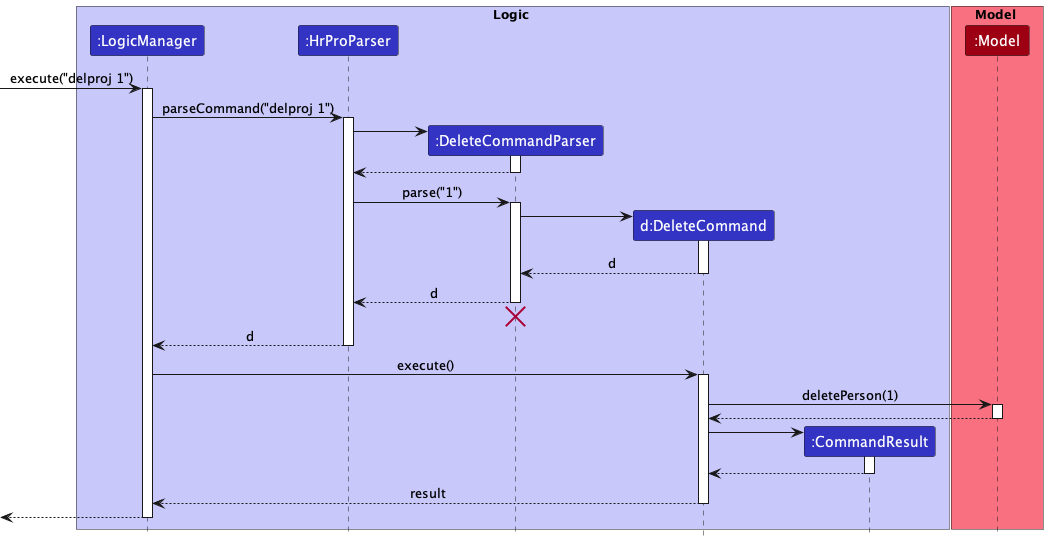
This is docs/images/DeleteSequenceDiagram.png from nus-cs2103-AY2223S1/tp, a PlantUML export, as it was before one commit.
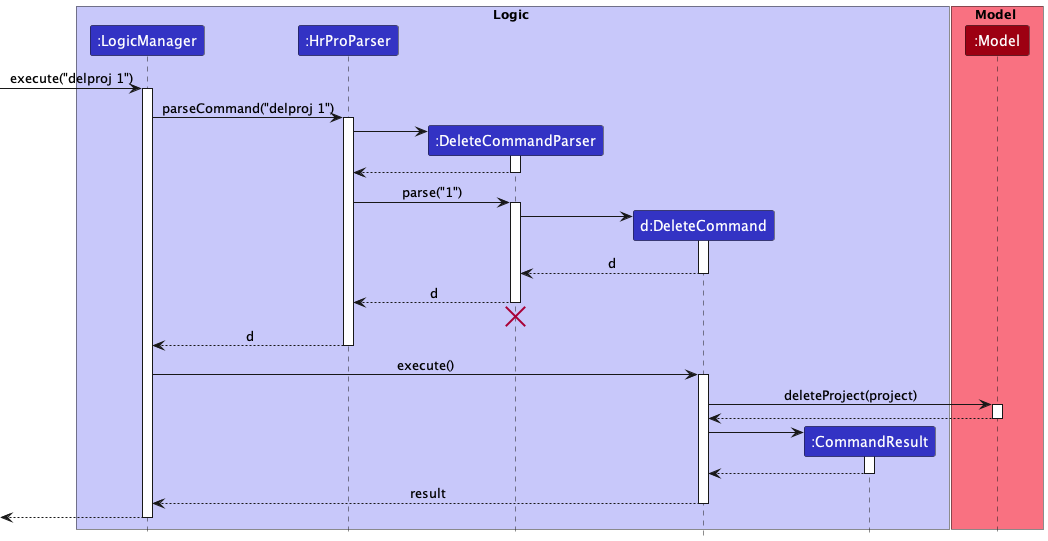
The same diagram one commit later.

Change to the diagram source:
```diff
@@ -47,7 +47,7 @@
 LogicManager -> DeleteCommand : execute()
 activate DeleteCommand
 
-DeleteCommand -> Model : deletePerson(1)
+DeleteCommand -> Model : deleteProject(project)
 activate Model
 
 Model --> DeleteCommand
```
